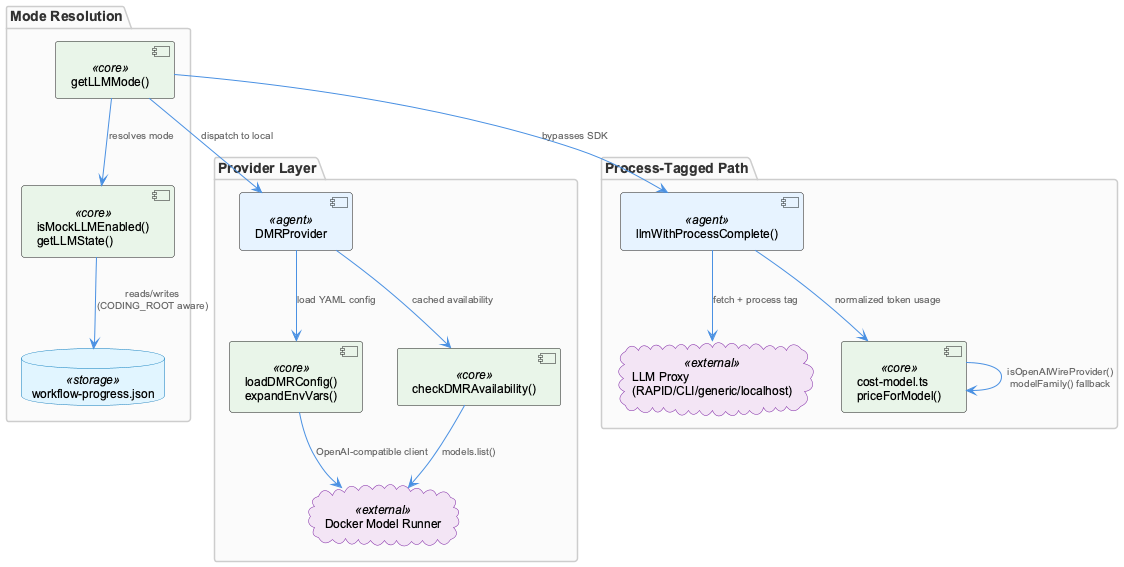
Above: knowledge-management/insights/images/llmabstraction-architecture.png in fwornle/coding (PlantUML), before the change.
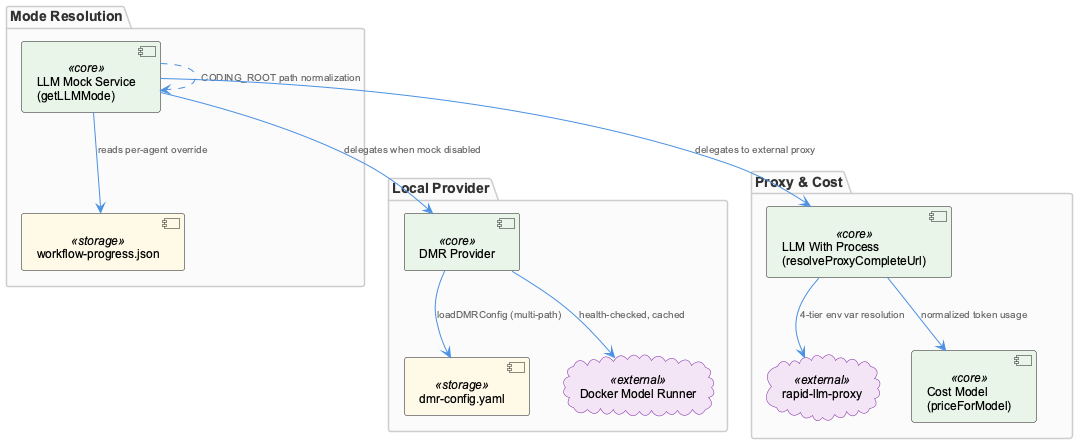
After the change.

Diff of the diagram source:
```diff
@@ -2,36 +2,32 @@
 !include /Users/Q284340/Agentic/coding/docs/puml/_standard-style.puml
 
 package "Mode Resolution" {
-  component "getLLMMode()" as mode <<core>>
-  component "isMockLLMEnabled()\ngetLLMState()" as state <<core>>
-  database "workflow-progress.json" as progress <<storage>>
+  component "LLM Mock Service\n(getLLMMode)" as mockSvc <<core>>
+  component "workflow-progress.json" as wfProgress <<storage>>
 }
 
-package "Provider Layer" {
-  component "DMRProvider" as dmr <<agent>>
-  component "loadDMRConfig()\nexpandEnvVars()" as dmrconfig <<core>>
-  component "checkDMRAvailability()" as dmrhealth <<core>>
-  cloud "Docker Model Runner" as dmrRuntime <<external>>
+package "Local Provider" {
+  component "DMR Provider" as dmrProvider <<core>>
+  component "dmr-config.yaml" as dmrConfig <<storage>>
+  cloud "Docker Model Runner" as dmr <<external>>
 }
 
-package "Process-Tagged Path" {
-  component "llmWithProcessComplete()" as proc <<agent>>
-  cloud "LLM Proxy\n(RAPID/CLI/generic/localhost)" as proxy <<external>>
-  component "cost-model.ts\npriceForModel()" as cost <<core>>
+package "Proxy & Cost" {
+  component "LLM With Process\n(resolveProxyCompleteUrl)" as llmProcess <<core>>
+  cloud "rapid-llm-proxy" as proxy <<external>>
+  component "Cost Model\n(priceForModel)" as costModel <<core>>
 }
 
-mode --> state : "resolves mode"
-state --> progress : "reads/writes\n(CODING_ROOT aware)"
+mockSvc --> wfProgress : "reads per-agent override"
+mockSvc ..> mockSvc : "CODING_ROOT path normalization"
 
-mode --> dmr : "dispatch to local"
-dmr --> dmrconfig : "load YAML config"
-dmr --> dmrhealth : "cached availability"
-dmrhealth --> dmrRuntime : "models.list()"
-dmrconfig --> dmrRuntime : "OpenAI-compatible client"
+dmrProvider --> dmrConfig : "loadDMRConfig (multi-path)"
+dmrProvider --> dmr : "health-checked, cached"
 
-mode --> proc : "bypasses SDK"
-proc --> proxy : "fetch + process tag"
-proc --> cost : "normalized token usage"
-cost --> cost : "isOpenAIWireProvider()\nmodelFamily() fallback"
+llmProcess --> proxy : "4-tier env var resolution"
+llmProcess --> costModel : "normalized token usage"
+
+mockSvc --> dmrProvider : "delegates when mock disabled"
+mockSvc --> llmProcess : "delegates to external proxy"
 
 @enduml
```
